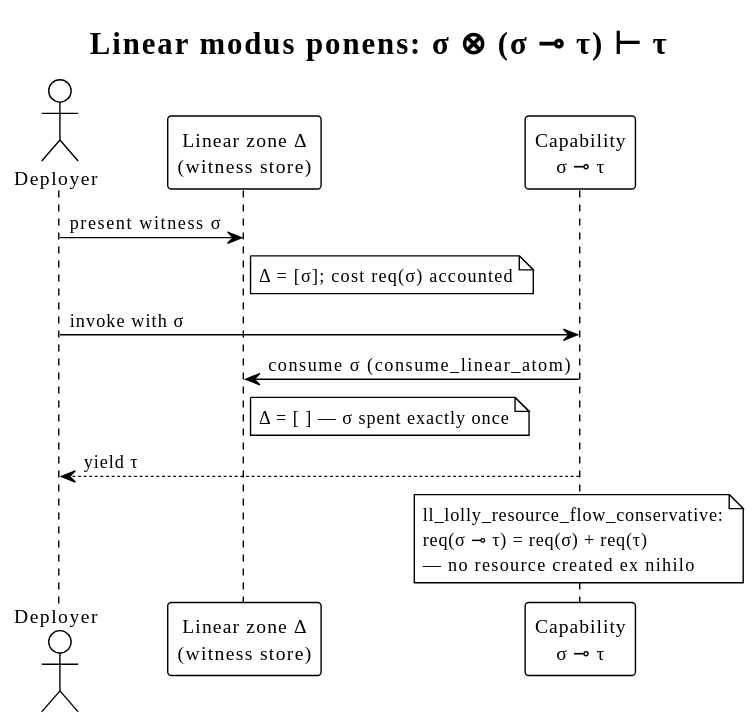
This is docs/theory/diagrams/lolly-modus-ponens-sequence.svg from F1R3FLY-io/f1r3node-rust, a PlantUML export, as it was before one commit.
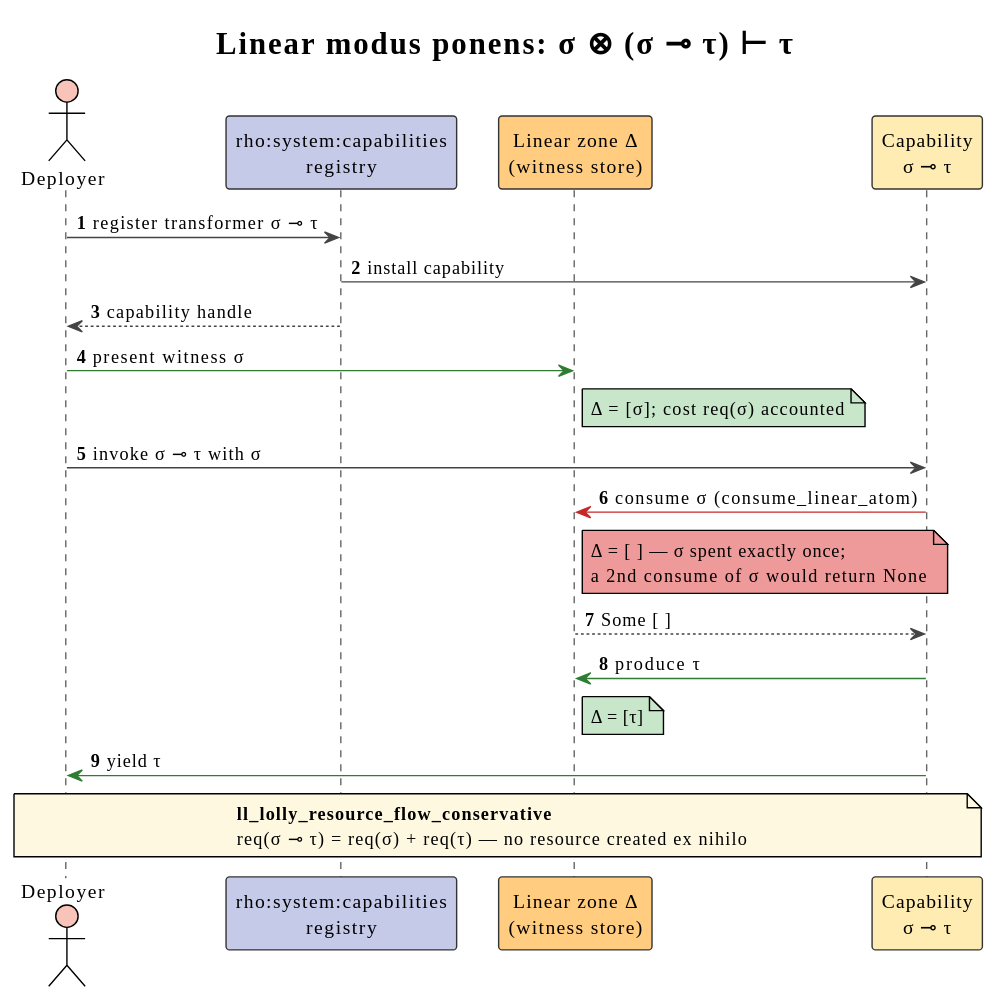
Above is the later version.

Commit message:
[agent] docs(cost-accounted-rho): complete and fully colorize the five LL diagrams

The edit, as a diff of the source:
```diff
@@ -1,20 +1,39 @@
 @startuml
 !theme plain
+skinparam sequence {
+  ArrowColor             #444444
+  LifeLineBorderColor    #666666
+  ParticipantBorderColor #333333
+  NoteBorderColor        #666666
+}
+skinparam defaultFontName "sans-serif"
 title Linear modus ponens:  σ ⊗ (σ ⊸ τ) ⊢ τ
+autonumber
 
-actor Deployer as D
-participant "Linear zone Δ\n(witness store)" as DELTA
-participant "Capability\nσ ⊸ τ" as CAP
+actor       "Deployer"                          as D     #F8C3B8
+participant "rho:system:capabilities\nregistry"  as REG   #C5CAE9
+participant "Linear zone Δ\n(witness store)"     as DELTA #FFCC80
+participant "Capability\nσ ⊸ τ"                  as CAP   #FFECB3
 
-D -> DELTA : present witness σ
-note right of DELTA : Δ = [σ];  cost req(σ) accounted
-D -> CAP : invoke with σ
-CAP -> DELTA : consume σ  (consume_linear_atom)
-note right of DELTA : Δ = [ ] — σ spent exactly once
-CAP --> D : yield τ
-note over CAP
-  ll_lolly_resource_flow_conservative:
-  req(σ ⊸ τ) = req(σ) + req(τ)
-  — no resource created ex nihilo
+D   ->  REG  : register transformer σ ⊸ τ
+REG ->  CAP  : install capability
+REG --> D    : capability handle
+
+D   -[#2E7D32]> DELTA : present witness σ
+note right of DELTA #C8E6C9 : Δ = [σ];  cost req(σ) accounted
+D   ->  CAP  : invoke σ ⊸ τ  with σ
+CAP -[#C62828]> DELTA : consume σ  (consume_linear_atom)
+note right of DELTA #EF9A9A
+  Δ = [ ] — σ spent exactly once;
+  a 2nd consume of σ would return None
+end note
+DELTA --> CAP : Some [ ]
+CAP -[#2E7D32]> DELTA : produce τ
+note right of DELTA #C8E6C9 : Δ = [τ]
+CAP -[#2E7D32]> D : yield τ
+
+note over D, CAP #FFF8E1
+  <b>ll_lolly_resource_flow_conservative</b>
+  req(σ ⊸ τ) = req(σ) + req(τ)   — no resource created ex nihilo
 end note
 @enduml
```
